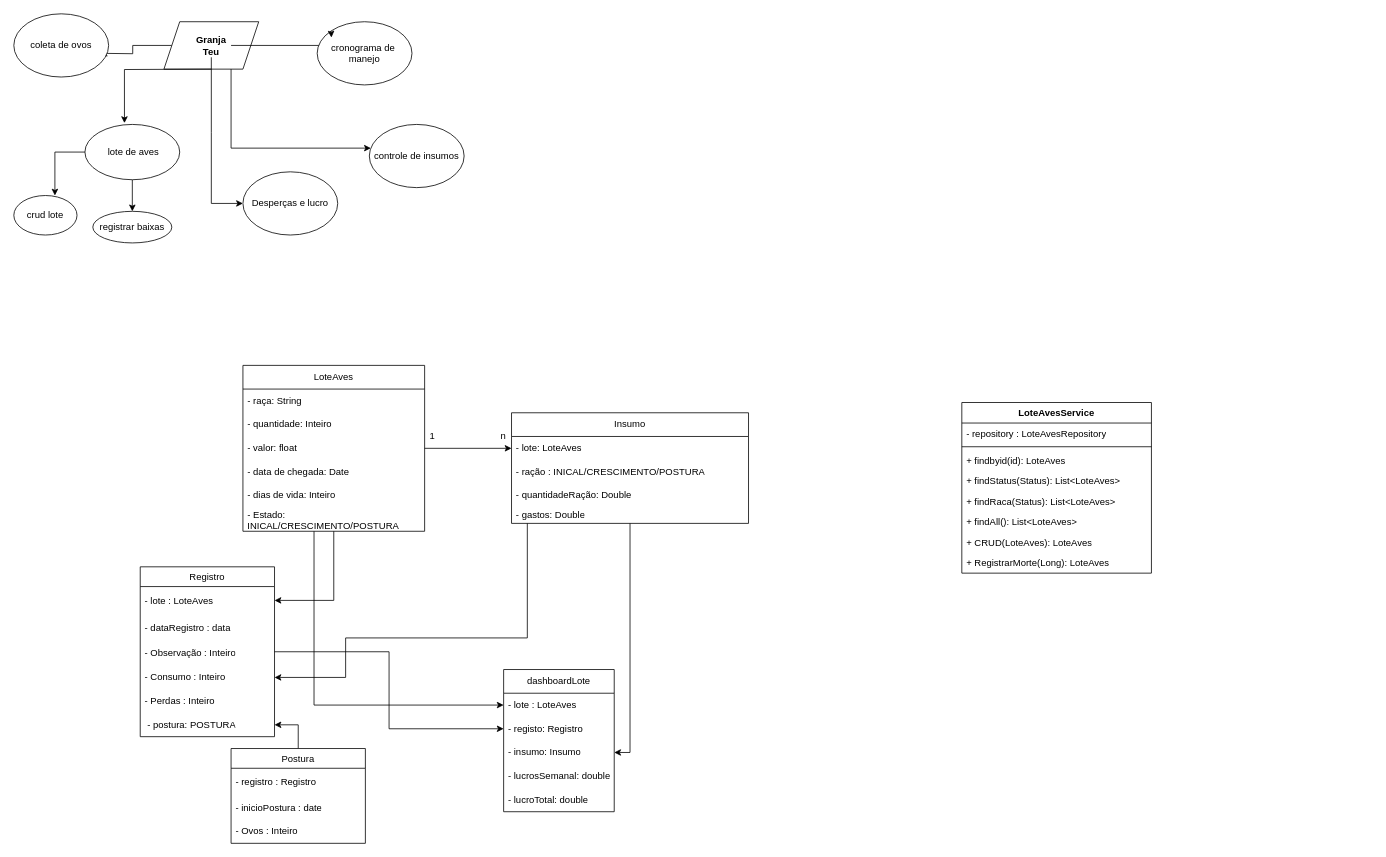
Earlier version of the draw.io diagram teugranja.drawio (SpiderTheus/granjateu). Source tidied: cells renumbered, new cells numbered last; positions are measured from the earlier drawing's top-left corner, leaving out a move shared by most shapes. Both pictures are drawn from the tidied source at 79%, with x=0, y=0 at pixel (13, 13).
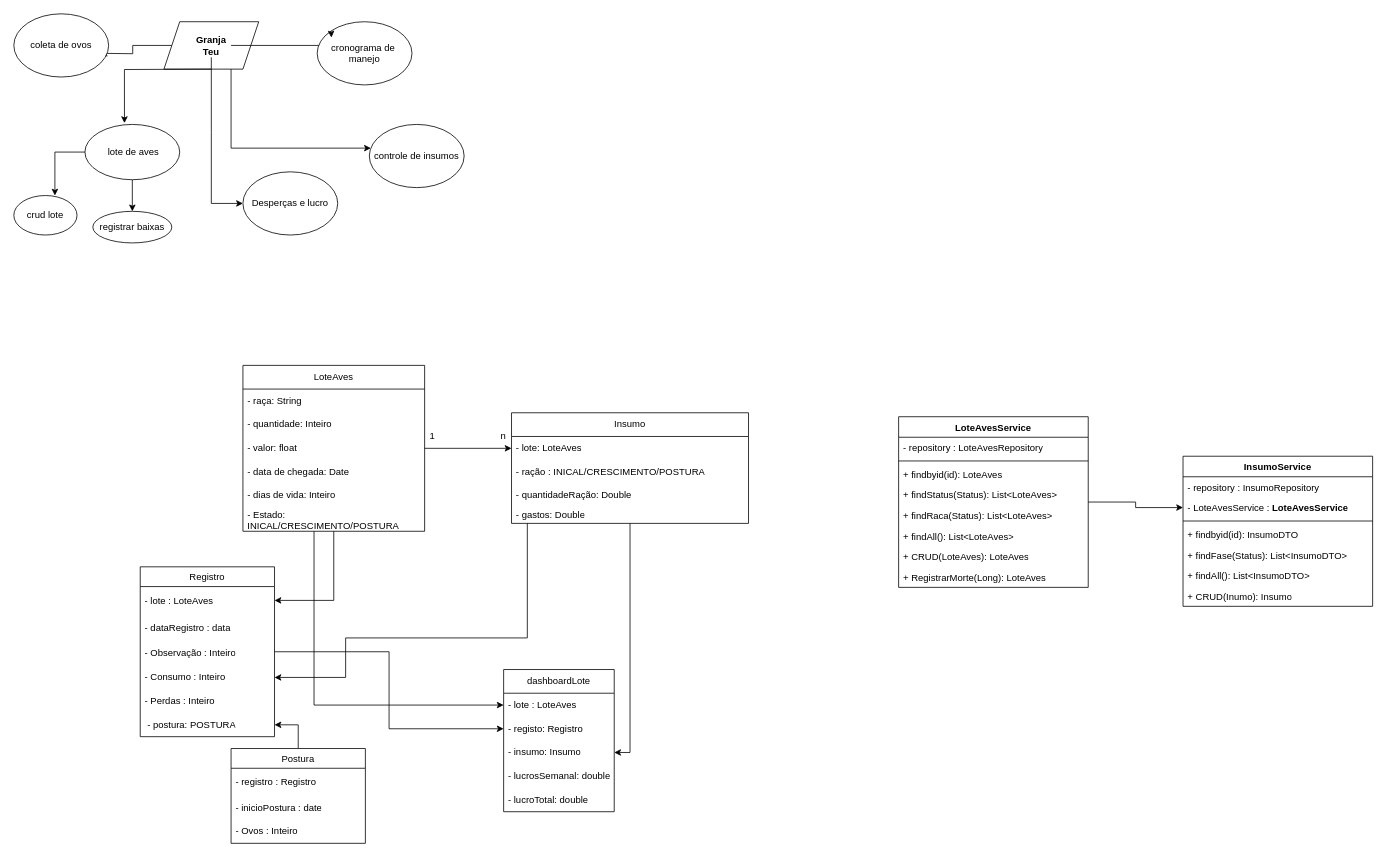
After the change.

Commit message (it also covers changes not shown here):
InsumoService criada, métodos find(get) concluído

Change to the diagram source:
```diff
@@
+    <mxCell id="66" style="edgeStyle=orthogonalEdgeStyle;rounded=0;jettySize=auto;html=1;" parent="1" edge="1" source="57" target="69">
+      <mxGeometry relative="1" as="geometry" />
+    </mxCell>
     <mxCell id="57" value="LoteAvesService" style="swimlane;fontStyle=1;align=center;verticalAlign=top;horizontal=1;startSize=26;whiteSpace=wrap;html=1;" parent="1" vertex="1">
-      <mxGeometry x="1200" y="492" width="240" height="216" as="geometry" />
+      <mxGeometry x="1120" y="510" width="240" height="216" as="geometry" />
     </mxCell>
@@
+    <mxCell id="67" value="InsumoService" style="swimlane;fontStyle=1;align=center;verticalAlign=top;horizontal=1;startSize=26;whiteSpace=wrap;html=1;" parent="1" vertex="1">
+      <mxGeometry x="1480" y="560" width="240" height="190" as="geometry" />
+    </mxCell>
+    <mxCell id="68" value="- repository : InsumoRepository" style="text;strokeColor=none;fillColor=none;align=left;verticalAlign=top;spacingLeft=4;spacingRight=4;overflow=hidden;whiteSpace=wrap;html=1;" parent="67" vertex="1">
+      <mxGeometry y="26" width="240" height="26" as="geometry" />
+    </mxCell>
+    <mxCell id="69" value="- LoteAvesService :&amp;nbsp;&lt;span style=&quot;font-weight: 700; text-align: center;&quot;&gt;LoteAvesService&lt;/span&gt;" style="text;strokeColor=none;fillColor=none;align=left;verticalAlign=top;spacingLeft=4;spacingRight=4;overflow=hidden;points=[[0,0.5],[1,0.5]];portConstraint=eastwest;whiteSpace=wrap;html=1;" parent="67" vertex="1">
+      <mxGeometry y="52" width="240" height="26" as="geometry" />
+    </mxCell>
+    <mxCell id="70" style="line;strokeWidth=1;fillColor=none;align=left;verticalAlign=middle;spacingTop=-1;spacingLeft=3;spacingRight=3;labelPosition=right;strokeColor=inherit;" parent="67" vertex="1">
+      <mxGeometry y="78" width="240" height="8" as="geometry" />
+    </mxCell>
+    <mxCell id="71" value="+ findbyid(id): InsumoDTO" style="text;strokeColor=none;fillColor=none;align=left;verticalAlign=top;spacingLeft=4;spacingRight=4;overflow=hidden;whiteSpace=wrap;html=1;" parent="67" vertex="1">
+      <mxGeometry y="86" width="240" height="26" as="geometry" />
+    </mxCell>
+    <mxCell id="72" value="+ findFase(Status): List&amp;lt;InsumoDTO&amp;gt;" style="text;strokeColor=none;fillColor=none;align=left;verticalAlign=top;spacingLeft=4;spacingRight=4;overflow=hidden;whiteSpace=wrap;html=1;" parent="67" vertex="1">
+      <mxGeometry y="112" width="240" height="26" as="geometry" />
+    </mxCell>
+    <mxCell id="73" value="+ findAll(): List&amp;lt;InsumoDTO&amp;gt;" style="text;strokeColor=none;fillColor=none;align=left;verticalAlign=top;spacingLeft=4;spacingRight=4;overflow=hidden;whiteSpace=wrap;html=1;" parent="67" vertex="1">
+      <mxGeometry y="138" width="240" height="26" as="geometry" />
+    </mxCell>
+    <mxCell id="74" value="+ CRUD(Inumo): Insumo" style="text;strokeColor=none;fillColor=none;align=left;verticalAlign=top;spacingLeft=4;spacingRight=4;overflow=hidden;whiteSpace=wrap;html=1;" parent="67" vertex="1">
+      <mxGeometry y="164" width="240" height="26" as="geometry" />
+    </mxCell>
```
